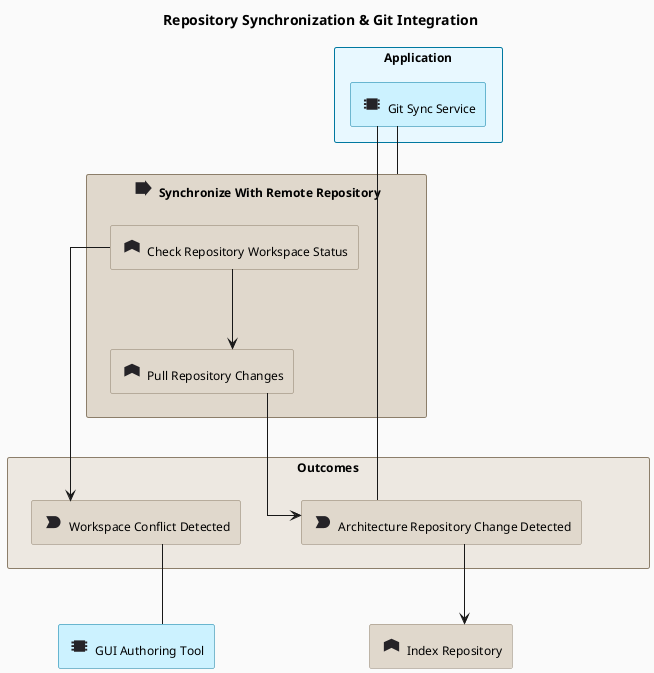
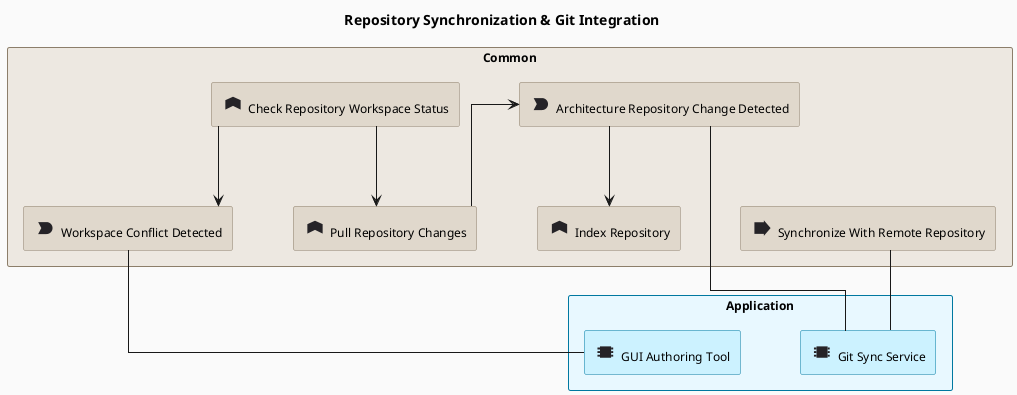
---
artifact-id: ARC@1777452513.IqjFWO.repository-synchronization-git-integration
artifact-type: diagram
name: Repository Synchronization & Git Integration
version: 0.1.0
status: draft
keywords:
- workflow
- git
- sync
- remote
- conflict
- filesystem-watch
diagram-type: archimate-application
entity-ids-used:
+ - EVT@1777390507.UCrh3V.architecture-repository-change-detected
+ - FNC@1777409516.91ddSi.check-repository-workspace-status
+ - FNC@1777390446.dxb6ru.index-repository
+ - FNC@1777409516.DGBZ9H.pull-repository-changes
+ - PRC@1777409515.tEdRzw.synchronize-with-remote-repository
+ - EVT@1777409516.iqz9jG.workspace-conflict-detected
- APP@1776149382.lmO0mp.gui-authoring-tool
- APP@1777293134.tY3JIK.git-sync-service
- - EVT@1777390507.UCrh3V.architecture-repository-change-detected
- - EVT@1777409516.iqz9jG.workspace-conflict-detected
- - FNC@1777409516.91ddSi.check-repository-workspace-status
- - FNC@1777409516.DGBZ9H.pull-repository-changes
- - FNC@1777390446.dxb6ru.index-repository
- - PRC@1777409515.tEdRzw.synchronize-with-remote-repository
connection-ids-used:
- - APP@1777293134.tY3JIK.git-sync-service---PRC@1777409515.tEdRzw.synchronize-with-remote-repository@@archimate-association
- - APP@1777293134.tY3JIK.git-sync-service---EVT@1777390507.UCrh3V.architecture-repository-change-detected@@archimate-association
- - FNC@1777409516.91ddSi.check-repository-workspace-status---FNC@1777409516.DGBZ9H.pull-repository-changes@@archimate-triggering
- - FNC@1777409516.91ddSi.check-repository-workspace-status---EVT@1777409516.iqz9jG.workspace-conflict-detected@@archimate-triggering
- - FNC@1777409516.DGBZ9H.pull-repository-changes---EVT@1777390507.UCrh3V.architecture-repository-change-detected@@archimate-triggering
- - EVT@1777390507.UCrh3V.architecture-repository-change-detected---FNC@1777390446.dxb6ru.index-repository@@archimate-triggering
- - EVT@1777409516.iqz9jG.workspace-conflict-detected---APP@1776149382.lmO0mp.gui-authoring-tool@@archimate-association
- last-updated: '2026-07-05'
+ - APP@1777293134.tY3JIK---EVT@1777390507.UCrh3V@@archimate-association
+ - APP@1777293134.tY3JIK---PRC@1777409515.tEdRzw@@archimate-association
+ - EVT@1777390507.UCrh3V---FNC@1777390446.dxb6ru@@archimate-triggering
+ - EVT@1777409516.iqz9jG---APP@1776149382.lmO0mp@@archimate-association
+ - FNC@1777409516.91ddSi---EVT@1777409516.iqz9jG@@archimate-triggering
+ - FNC@1777409516.91ddSi---FNC@1777409516.DGBZ9H@@archimate-triggering
+ - FNC@1777409516.DGBZ9H---EVT@1777390507.UCrh3V@@archimate-triggering
+ diagram-entities: {}
+ last-updated: '2026-07-11'
---
- @startuml ARC@1777452513.IqjFWO.repository-synchronization-git-integration
+ @startuml repository-synchronization---git-integration
+ 
+ top to bottom direction
hide stereotype

skinparam defaultFontName "Helvetica Neue, Helvetica, Arial, sans-serif"
skinparam defaultFontSize 12
skinparam shadowing false
skinparam roundcorner 4
skinparam backgroundColor #FAFAFA

skinparam linetype ortho
skinparam nodesep 60
skinparam ranksep 80
!define Rel_Triggering(from, to, label) from --> to
!define Rel_Realization(from, to, label) from ..|> to
!define Rel_Realization_Up(from, to, label) from ..|> to
!define Rel_Serving(from, to, label) from --> to
!define Rel_Association(from, to, label) from -- to
!define Rel_Association_Left(from, to, label) from -- to
!define Rel_Association_Right(from, to, label) from -- to
!define Rel_Access(from, to, label) from ..> to
!define Rel_Influence(from, to, label) from ..> to
skinparam rectangle<<ApplicationGrouping>> {
  BackgroundColor #E8F8FF
  BorderColor #0078A0
}
skinparam rectangle<<CommonGrouping>> {
  BackgroundColor #EDE8E1
  BorderColor #8C7E6A
}
skinparam rectangle<<application_component>> {
  BackgroundColor #CCF2FF
  BorderColor #0078A0
}
skinparam rectangle<<event>> {
  BackgroundColor #E0D8CC
  BorderColor #8C7E6A
}
skinparam rectangle<<function>> {
  BackgroundColor #E0D8CC
  BorderColor #8C7E6A
}
skinparam rectangle<<process>> {
  BackgroundColor #E0D8CC
  BorderColor #8C7E6A
}
sprite $archimate_application_component <svg xmlns="http://www.w3.org/2000/svg" viewBox="0 0 16 16"><path d="M4 4.2h7.4v7.6H4z"  fill="#252327" stroke="none"/><path d="M2.30 4.95h1.70v1.30H2.30z" fill="#252327"/><path d="M2.30 7.35h1.70v1.30H2.30z" fill="#252327"/><path d="M2.30 9.75h1.70v1.30H2.30z" fill="#252327"/><path d="M11.40 4.95h1.40v1.30H11.40z" fill="#252327"/><path d="M11.40 7.35h1.40v1.30H11.40z" fill="#252327"/><path d="M11.40 9.75h1.40v1.30H11.40z" fill="#252327"/></svg>
sprite $archimate_event <svg xmlns="http://www.w3.org/2000/svg" viewBox="0 0 16 16"><path d="M3.1 4h5.6a3.8 3.8 0 0 1 0 8H3.1l2.1-4z"  fill="#252327" stroke="none"/></svg>
sprite $archimate_function <svg xmlns="http://www.w3.org/2000/svg" viewBox="0 0 16 16"><path d="M2.9 11.7V5.4L8 3.1l5.1 2.3v6.3L8 9.2z"  fill="#252327" stroke="none"/></svg>
sprite $archimate_process <svg xmlns="http://www.w3.org/2000/svg" viewBox="0 0 16 16"><path d="M2.6 4.1h6.3V2.8l4.5 5.2-4.5 5.2v-1.3H2.6z"  fill="#252327" stroke="none"/></svg>
- top to bottom direction

title Repository Synchronization & Git Integration

+ rectangle "Common" <<CommonGrouping>> {
+   rectangle "<$archimate_event{scale=1.5}> Architecture Repository Change Detected" <<event>> as EVT_UCrh3V
+   rectangle "<$archimate_function{scale=1.5}> Check Repository Workspace Status" <<function>> as FNC_91ddSi
+   rectangle "<$archimate_function{scale=1.5}> Index Repository" <<function>> as FNC_dxb6ru
+   rectangle "<$archimate_function{scale=1.5}> Pull Repository Changes" <<function>> as FNC_DGBZ9H
+   rectangle "<$archimate_process{scale=1.5}> Synchronize With Remote Repository" <<process>> as PRC_tEdRzw
+   rectangle "<$archimate_event{scale=1.5}> Workspace Conflict Detected" <<event>> as EVT_iqz9jG
+ }
+ 
rectangle "Application" <<ApplicationGrouping>> {
+   rectangle "<$archimate_application_component{scale=1.5}> GUI Authoring Tool" <<application_component>> as APP_lmO0mp
  rectangle "<$archimate_application_component{scale=1.5}> Git Sync Service" <<application_component>> as APP_tY3JIK
}

- rectangle "<$archimate_process{scale=1.5}> Synchronize With Remote Repository" <<process>> as PRC_tEdRzw {
-   rectangle "<$archimate_function{scale=1.5}> Check Repository Workspace Status" <<function>> as FNC_91ddSi
-   rectangle "<$archimate_function{scale=1.5}> Pull Repository Changes" <<function>> as FNC_DGBZ9H
-   FNC_91ddSi -[hidden]right- FNC_DGBZ9H
- }
+ ' --- Auto-layout: spread elements within groupings ---
+ EVT_UCrh3V -[hidden]right- FNC_91ddSi
+ FNC_91ddSi -[hidden]right- FNC_dxb6ru
+ FNC_dxb6ru -[hidden]right- FNC_DGBZ9H
+ FNC_DGBZ9H -[hidden]right- PRC_tEdRzw
+ PRC_tEdRzw -[hidden]right- EVT_iqz9jG
+ APP_lmO0mp -[hidden]right- APP_tY3JIK

- rectangle "Outcomes" <<CommonGrouping>> as GRP_EVTS {
-   rectangle "<$archimate_event{scale=1.5}> Architecture Repository Change Detected" <<event>> as EVT_UCrh3V
-   rectangle "<$archimate_event{scale=1.5}> Workspace Conflict Detected" <<event>> as EVT_iqz9jG
-   EVT_UCrh3V -[hidden]right- EVT_iqz9jG
- }

- rectangle "<$archimate_function{scale=1.5}> Index Repository" <<function>> as FNC_dxb6ru
- 
- rectangle "<$archimate_application_component{scale=1.5}> GUI Authoring Tool" <<application_component>> as APP_lmO0mp
- 
- ' Inter-layer anchors
- APP_tY3JIK -[hidden]down- PRC_tEdRzw
- PRC_tEdRzw -[hidden]down- GRP_EVTS
- EVT_UCrh3V -[hidden]down- FNC_dxb6ru
- EVT_iqz9jG -[hidden]down- APP_lmO0mp
- 
- ' Association: Git Sync Service performs the sync process
- Rel_Association(APP_tY3JIK, PRC_tEdRzw, "")
- 
- ' (a) Filesystem watch path: service detects local change directly
- Rel_Association(APP_tY3JIK, EVT_UCrh3V, "")
- 
- ' (b) Remote sync path: check status, then pull or raise conflict
- Rel_Triggering(FNC_91ddSi, FNC_DGBZ9H, "")
- Rel_Triggering(FNC_91ddSi, EVT_iqz9jG, "")
- Rel_Triggering(FNC_DGBZ9H, EVT_UCrh3V, "")
- 
- ' Downstream outcomes
- Rel_Triggering(EVT_UCrh3V, FNC_dxb6ru, "")
- Rel_Association(EVT_iqz9jG, APP_lmO0mp, "")
+ ' Connections
+ APP_tY3JIK -up- EVT_UCrh3V
+ APP_tY3JIK -up- PRC_tEdRzw
+ EVT_UCrh3V --> FNC_dxb6ru
+ EVT_iqz9jG -down- APP_lmO0mp
+ FNC_91ddSi --> EVT_iqz9jG
+ FNC_91ddSi --> FNC_DGBZ9H
+ FNC_DGBZ9H --> EVT_UCrh3V

@enduml
